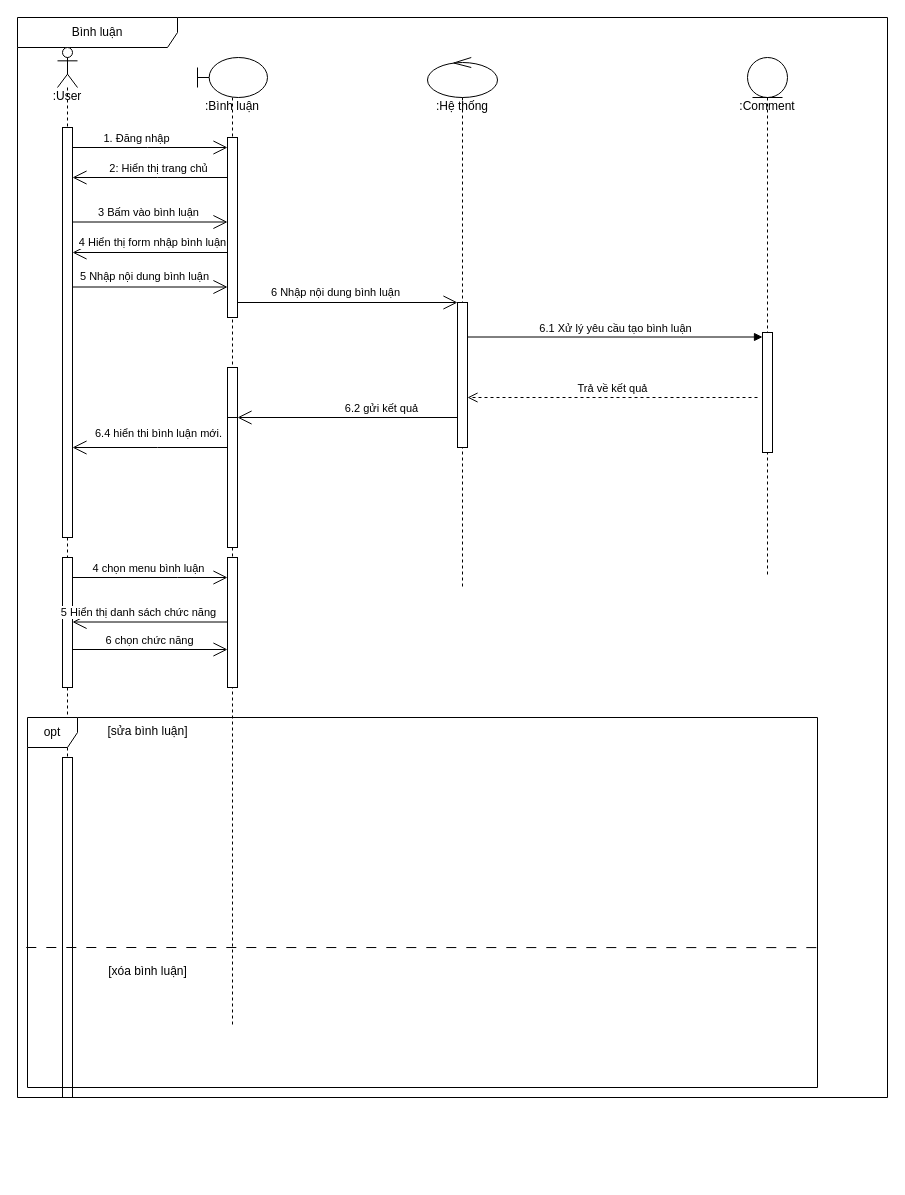
The draw.io diagram page "Page-5" (5 of 10) of BlogProject/BlogProject/DangKySequence.drawio in TranThanhHoang123/Blog, before the edit. Source tidied: cells renumbered, new cells numbered last; positions are measured from the earlier drawing's top-left corner, leaving out a move shared by most shapes. Both pictures are drawn from the tidied source at 100%, with x=0, y=0 at pixel (17, 17).
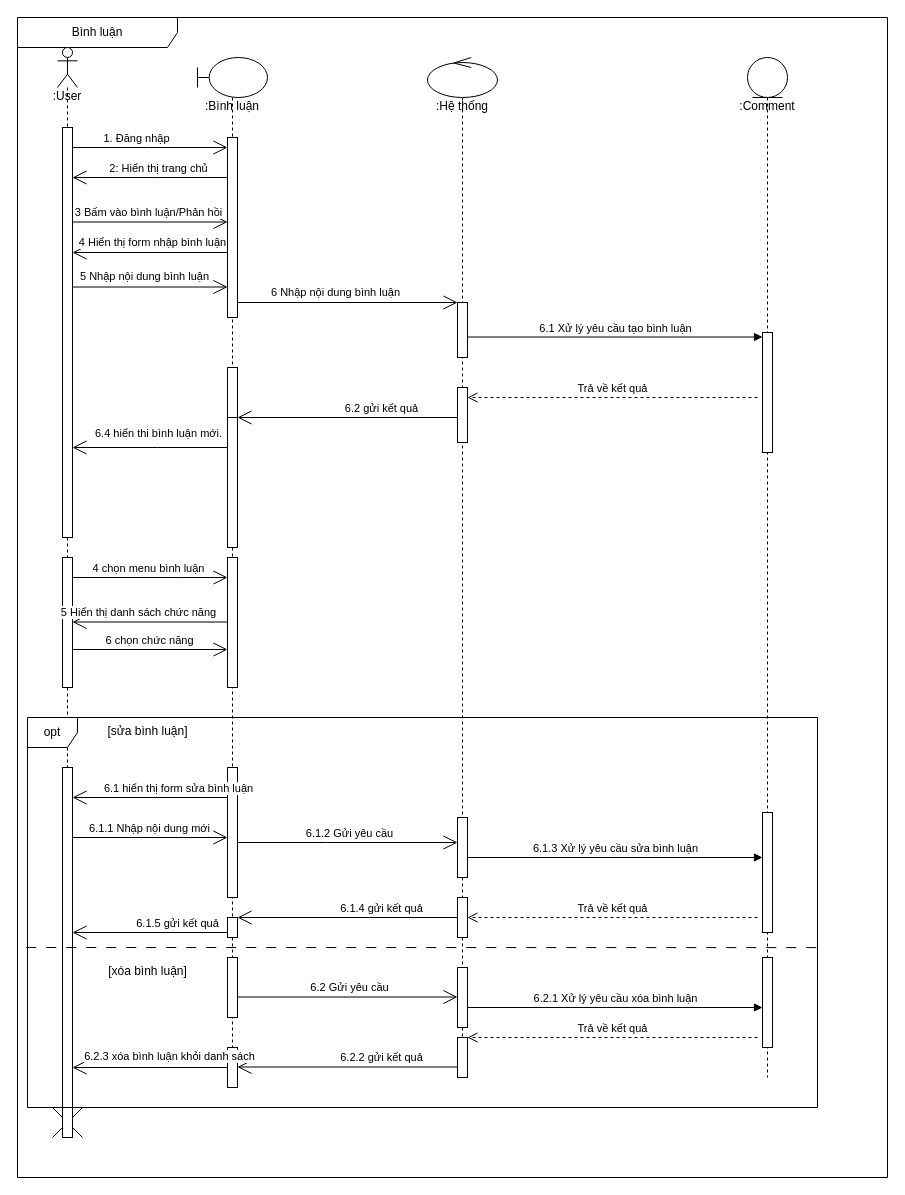
The same page after the edit.

Unchanged cells that the change refers to:
```xml
<mxCell id="20" style="endArrow=open;endFill=1;endSize=12;html=1;rounded=0;" parent="2" edge="1">
  <mxGeometry relative="1" as="geometry">
    <mxPoint x="55" y="204.5" as="sourcePoint" />
    <mxPoint x="210" y="204.5" as="targetPoint" />
  </mxGeometry>
</mxCell>
```

Change to the diagram source:
```diff
@@
     <mxCell id="2" value="Bình luận" style="shape=umlFrame;whiteSpace=wrap;html=1;width=160;" parent="1" vertex="1">
-      <mxGeometry width="870" height="1080" as="geometry" />
+      <mxGeometry width="870" height="1160" as="geometry" />
     </mxCell>
+    <mxCell id="44" style="shape=umlDestroy;html=1;" parent="2" vertex="1">
+      <mxGeometry x="35" y="1090" width="30" height="30" as="geometry" />
+    </mxCell>
     <mxCell id="3" value="&lt;div&gt;&lt;br&gt;&lt;/div&gt;&lt;div&gt;&lt;br&gt;&lt;/div&gt;&lt;div&gt;&lt;br&gt;&lt;/div&gt;&lt;div&gt;&lt;br&gt;&lt;/div&gt;&lt;div&gt;&lt;span style=&quot;background-color: initial;&quot;&gt;:User&lt;/span&gt;&lt;br&gt;&lt;/div&gt;" style="shape=umlLifeline;perimeter=lifelinePerimeter;whiteSpace=wrap;html=1;newEdgeStyle={&quot;curved&quot;:0,&quot;rounded&quot;:0};participant=umlActor;size=40;" parent="2" vertex="1">
-      <mxGeometry x="40" y="30" width="20" height="1050" as="geometry" />
+      <mxGeometry x="40" y="30" width="20" height="1090" as="geometry" />
     </mxCell>
@@
     <mxCell id="6" style="html=1;points=[[0,0,0,0,5],[0,1,0,0,-5],[1,0,0,0,5],[1,1,0,0,-5]];perimeter=orthogonalPerimeter;outlineConnect=0;targetShapes=umlLifeline;portConstraint=eastwest;newEdgeStyle={&quot;curved&quot;:0,&quot;rounded&quot;:0};" parent="3" vertex="1">
-      <mxGeometry x="5" y="710" width="10" height="340" as="geometry" />
+      <mxGeometry x="5" y="720" width="10" height="370" as="geometry" />
     </mxCell>
     <mxCell id="7" value="&lt;div&gt;&lt;br&gt;&lt;/div&gt;&lt;div&gt;&lt;br&gt;&lt;/div&gt;&lt;div&gt;&lt;br&gt;&lt;/div&gt;&lt;div&gt;&lt;br&gt;&lt;/div&gt;&lt;div&gt;:Bình luận&lt;/div&gt;" style="shape=umlLifeline;perimeter=lifelinePerimeter;whiteSpace=wrap;html=1;newEdgeStyle={&quot;curved&quot;:0,&quot;rounded&quot;:0};participant=umlBoundary;" parent="2" vertex="1">
-      <mxGeometry x="180" y="40" width="70" height="970" as="geometry" />
+      <mxGeometry x="180" y="40" width="70" height="1030" as="geometry" />
     </mxCell>
@@
     <mxCell id="11" value="&lt;div&gt;&lt;br&gt;&lt;/div&gt;&lt;div&gt;&lt;br&gt;&lt;/div&gt;&lt;div&gt;&lt;br&gt;&lt;/div&gt;&lt;div&gt;&lt;br&gt;&lt;/div&gt;&lt;div&gt;:Hệ thống&lt;/div&gt;" style="shape=umlLifeline;perimeter=lifelinePerimeter;whiteSpace=wrap;html=1;newEdgeStyle={&quot;curved&quot;:0,&quot;rounded&quot;:0};participant=umlControl;" parent="2" vertex="1">
-      <mxGeometry x="410" y="40" width="70" height="530" as="geometry" />
+      <mxGeometry x="410" y="40" width="70" height="1020" as="geometry" />
     </mxCell>
     <mxCell id="12" style="html=1;points=[[0,0,0,0,5],[0,1,0,0,-5],[1,0,0,0,5],[1,1,0,0,-5]];perimeter=orthogonalPerimeter;outlineConnect=0;targetShapes=umlLifeline;portConstraint=eastwest;newEdgeStyle={&quot;curved&quot;:0,&quot;rounded&quot;:0};" parent="11" vertex="1">
-      <mxGeometry x="30" y="245" width="10" height="145" as="geometry" />
+      <mxGeometry x="30" y="245" width="10" height="55" as="geometry" />
     </mxCell>
+    <mxCell id="45" style="html=1;points=[[0,0,0,0,5],[0,1,0,0,-5],[1,0,0,0,5],[1,1,0,0,-5]];perimeter=orthogonalPerimeter;outlineConnect=0;targetShapes=umlLifeline;portConstraint=eastwest;newEdgeStyle={&quot;curved&quot;:0,&quot;rounded&quot;:0};" parent="11" vertex="1">
+      <mxGeometry x="30" y="760" width="10" height="60" as="geometry" />
+    </mxCell>
+    <mxCell id="46" style="html=1;points=[[0,0,0,0,5],[0,1,0,0,-5],[1,0,0,0,5],[1,1,0,0,-5]];perimeter=orthogonalPerimeter;outlineConnect=0;targetShapes=umlLifeline;portConstraint=eastwest;newEdgeStyle={&quot;curved&quot;:0,&quot;rounded&quot;:0};" parent="11" vertex="1">
+      <mxGeometry x="30" y="330" width="10" height="55" as="geometry" />
+    </mxCell>
     <mxCell id="13" value="&lt;div&gt;&lt;br&gt;&lt;/div&gt;&lt;div&gt;&lt;br&gt;&lt;/div&gt;&lt;div&gt;&lt;br&gt;&lt;/div&gt;&lt;div&gt;&lt;br&gt;&lt;/div&gt;&lt;div&gt;:Comment&lt;/div&gt;" style="shape=umlLifeline;perimeter=lifelinePerimeter;whiteSpace=wrap;html=1;newEdgeStyle={&quot;curved&quot;:0,&quot;rounded&quot;:0};participant=umlEntity;" parent="2" vertex="1">
-      <mxGeometry x="730" y="40" width="40" height="520" as="geometry" />
+      <mxGeometry x="730" y="40" width="40" height="1020" as="geometry" />
     </mxCell>
@@
+    <mxCell id="47" style="html=1;perimeter=orthogonalPerimeter;targetShapes=umlLifeline;newEdgeStyle={&quot;curved&quot;:0,&quot;rounded&quot;:0};" parent="13" vertex="1">
+      <mxGeometry x="15" y="755" width="10" height="120" as="geometry" />
+    </mxCell>
+    <mxCell id="48" style="html=1;perimeter=orthogonalPerimeter;targetShapes=umlLifeline;newEdgeStyle={&quot;curved&quot;:0,&quot;rounded&quot;:0};" parent="13" vertex="1">
+      <mxGeometry x="15" y="900" width="10" height="90" as="geometry" />
+    </mxCell>
@@
-    <mxCell id="21" value="3 Bấm vào bình luận" style="edgeLabel;html=1;align=center;verticalAlign=middle;" parent="20" vertex="1">
+    <mxCell id="21" value="3 Bấm vào bình luận/Phản hồi" style="edgeLabel;html=1;align=center;verticalAlign=middle;" parent="20" vertex="1">
       <mxGeometry x="-0.19" relative="1" as="geometry">
         <mxPoint x="12" y="-10" as="offset" />
       </mxGeometry>
     </mxCell>
@@
-    <mxCell id="33" value="Trả về kết quả" style="endArrow=open;startArrow=none;endFill=0;startFill=0;endSize=8;html=1;verticalAlign=bottom;dashed=1;labelBackgroundColor=none;rounded=0;" parent="2" edge="1" target="12">
+    <mxCell id="33" value="Trả về kết quả" style="endArrow=open;startArrow=none;endFill=0;startFill=0;endSize=8;html=1;verticalAlign=bottom;dashed=1;labelBackgroundColor=none;rounded=0;" parent="2" edge="1" target="46">
       <mxGeometry relative="1" as="geometry">
         <mxPoint x="740" y="380" as="sourcePoint" />
       </mxGeometry>
     </mxCell>
     <mxCell id="34" value="opt" style="shape=umlFrame;whiteSpace=wrap;html=1;width=50;" parent="2" vertex="1">
-      <mxGeometry x="10" y="700" width="790" height="370" as="geometry" />
+      <mxGeometry x="10" y="700" width="790" height="390" as="geometry" />
     </mxCell>
@@
+    <mxCell id="49" style="html=1;points=[[0,0,0,0,5],[0,1,0,0,-5],[1,0,0,0,5],[1,1,0,0,-5]];perimeter=orthogonalPerimeter;outlineConnect=0;targetShapes=umlLifeline;portConstraint=eastwest;newEdgeStyle={&quot;curved&quot;:0,&quot;rounded&quot;:0};" parent="34" vertex="1">
+      <mxGeometry x="200" y="50" width="10" height="130" as="geometry" />
+    </mxCell>
+    <mxCell id="50" style="endArrow=open;endFill=1;endSize=12;html=1;rounded=0;" parent="34" edge="1">
+      <mxGeometry relative="1" as="geometry">
+        <mxPoint x="200" y="80" as="sourcePoint" />
+        <mxPoint x="45" y="80" as="targetPoint" />
+      </mxGeometry>
+    </mxCell>
+    <mxCell id="51" value="6.1 hiển thị form sửa bình luận" style="edgeLabel;html=1;align=center;verticalAlign=middle;" parent="50" vertex="1">
+      <mxGeometry x="-0.19" relative="1" as="geometry">
+        <mxPoint x="13" y="-10" as="offset" />
+      </mxGeometry>
+    </mxCell>
+    <mxCell id="52" style="endArrow=open;endFill=1;endSize=12;html=1;rounded=0;" parent="34" edge="1">
+      <mxGeometry relative="1" as="geometry">
+        <mxPoint x="45" y="120" as="sourcePoint" />
+        <mxPoint x="200" y="120" as="targetPoint" />
+      </mxGeometry>
+    </mxCell>
+    <mxCell id="53" value="6.1.1 Nhập nội dung mới" style="edgeLabel;html=1;align=center;verticalAlign=middle;" parent="52" vertex="1">
+      <mxGeometry x="-0.19" relative="1" as="geometry">
+        <mxPoint x="13" y="-10" as="offset" />
+      </mxGeometry>
+    </mxCell>
+    <mxCell id="54" value="6.1.3 Xử lý yêu cầu sửa bình luận" style="html=1;verticalAlign=bottom;endArrow=block;curved=0;rounded=0;" parent="34" edge="1">
+      <mxGeometry relative="1" as="geometry">
+        <mxPoint x="440" y="140" as="sourcePoint" />
+        <mxPoint x="735" y="140" as="targetPoint" />
+      </mxGeometry>
+    </mxCell>
+    <mxCell id="55" value="Trả về kết quả" style="endArrow=open;startArrow=none;endFill=0;startFill=0;endSize=8;html=1;verticalAlign=bottom;dashed=1;labelBackgroundColor=none;rounded=0;" parent="34" edge="1">
+      <mxGeometry relative="1" as="geometry">
+        <mxPoint x="730" y="200" as="sourcePoint" />
+        <mxPoint x="440" y="200" as="targetPoint" />
+      </mxGeometry>
+    </mxCell>
+    <mxCell id="56" style="html=1;perimeter=orthogonalPerimeter;targetShapes=umlLifeline;newEdgeStyle={&quot;curved&quot;:0,&quot;rounded&quot;:0};" parent="34" vertex="1">
+      <mxGeometry x="430" y="180" width="10" height="40" as="geometry" />
+    </mxCell>
+    <mxCell id="57" style="endArrow=open;endFill=1;endSize=12;html=1;rounded=0;" parent="34" edge="1">
+      <mxGeometry relative="1" as="geometry">
+        <mxPoint x="430" y="200" as="sourcePoint" />
+        <mxPoint x="210" y="200" as="targetPoint" />
+      </mxGeometry>
+    </mxCell>
+    <mxCell id="58" value="6.1.4 gửi kết quả" style="edgeLabel;html=1;align=center;verticalAlign=middle;" parent="57" vertex="1">
+      <mxGeometry x="-0.19" relative="1" as="geometry">
+        <mxPoint x="12" y="-10" as="offset" />
+      </mxGeometry>
+    </mxCell>
+    <mxCell id="59" style="html=1;points=[[0,0,0,0,5],[0,1,0,0,-5],[1,0,0,0,5],[1,1,0,0,-5]];perimeter=orthogonalPerimeter;outlineConnect=0;targetShapes=umlLifeline;portConstraint=eastwest;newEdgeStyle={&quot;curved&quot;:0,&quot;rounded&quot;:0};" parent="34" vertex="1">
+      <mxGeometry x="200" y="200" width="10" height="20" as="geometry" />
+    </mxCell>
+    <mxCell id="60" style="html=1;perimeter=orthogonalPerimeter;targetShapes=umlLifeline;newEdgeStyle={&quot;curved&quot;:0,&quot;rounded&quot;:0};" parent="34" vertex="1">
+      <mxGeometry x="200" y="240" width="10" height="60" as="geometry" />
+    </mxCell>
+    <mxCell id="61" style="html=1;perimeter=orthogonalPerimeter;targetShapes=umlLifeline;newEdgeStyle={&quot;curved&quot;:0,&quot;rounded&quot;:0};" parent="34" vertex="1">
+      <mxGeometry x="430" y="250" width="10" height="60" as="geometry" />
+    </mxCell>
+    <mxCell id="62" style="endArrow=open;endFill=1;endSize=12;html=1;rounded=0;" parent="34" edge="1">
+      <mxGeometry relative="1" as="geometry">
+        <mxPoint x="210" y="279.5" as="sourcePoint" />
+        <mxPoint x="430" y="279.5" as="targetPoint" />
+        <Array as="points">
+          <mxPoint x="300" y="279.5" />
+        </Array>
+      </mxGeometry>
+    </mxCell>
+    <mxCell id="63" value="6.2 Gửi yêu cầu" style="edgeLabel;html=1;align=center;verticalAlign=middle;" parent="62" vertex="1">
+      <mxGeometry x="-0.19" relative="1" as="geometry">
+        <mxPoint x="22" y="-10" as="offset" />
+      </mxGeometry>
+    </mxCell>
+    <mxCell id="64" value="6.2.1 Xử lý yêu cầu xóa bình luận" style="html=1;verticalAlign=bottom;endArrow=block;curved=0;rounded=0;" parent="34" edge="1">
+      <mxGeometry relative="1" as="geometry">
+        <mxPoint x="440" y="290" as="sourcePoint" />
+        <mxPoint x="735" y="290" as="targetPoint" />
+      </mxGeometry>
+    </mxCell>
+    <mxCell id="65" value="Trả về kết quả" style="endArrow=open;startArrow=none;endFill=0;startFill=0;endSize=8;html=1;verticalAlign=bottom;dashed=1;labelBackgroundColor=none;rounded=0;" parent="34" edge="1">
+      <mxGeometry relative="1" as="geometry">
+        <mxPoint x="730" y="320" as="sourcePoint" />
+        <mxPoint x="440" y="320" as="targetPoint" />
+      </mxGeometry>
+    </mxCell>
+    <mxCell id="66" style="html=1;perimeter=orthogonalPerimeter;targetShapes=umlLifeline;newEdgeStyle={&quot;curved&quot;:0,&quot;rounded&quot;:0};" parent="34" vertex="1">
+      <mxGeometry x="430" y="320" width="10" height="40" as="geometry" />
+    </mxCell>
+    <mxCell id="67" style="html=1;points=[[0,0,0,0,5],[0,1,0,0,-5],[1,0,0,0,5],[1,1,0,0,-5]];perimeter=orthogonalPerimeter;outlineConnect=0;targetShapes=umlLifeline;portConstraint=eastwest;newEdgeStyle={&quot;curved&quot;:0,&quot;rounded&quot;:0};" parent="34" vertex="1">
+      <mxGeometry x="200" y="330" width="10" height="40" as="geometry" />
+    </mxCell>
+    <mxCell id="68" style="endArrow=open;endFill=1;endSize=12;html=1;rounded=0;" parent="34" edge="1">
+      <mxGeometry relative="1" as="geometry">
+        <mxPoint x="430" y="349.5" as="sourcePoint" />
+        <mxPoint x="210" y="349.5" as="targetPoint" />
+      </mxGeometry>
+    </mxCell>
+    <mxCell id="69" value="6.2.2 gửi kết quả" style="edgeLabel;html=1;align=center;verticalAlign=middle;" parent="68" vertex="1">
+      <mxGeometry x="-0.19" relative="1" as="geometry">
+        <mxPoint x="12" y="-10" as="offset" />
+      </mxGeometry>
+    </mxCell>
@@
+    <mxCell id="70" style="endArrow=open;endFill=1;endSize=12;html=1;rounded=0;" parent="2" edge="1" source="49" target="45">
+      <mxGeometry relative="1" as="geometry">
+        <Array as="points">
+          <mxPoint x="310" y="825" />
+        </Array>
+      </mxGeometry>
+    </mxCell>
+    <mxCell id="71" value="6.1.2 Gửi yêu cầu" style="edgeLabel;html=1;align=center;verticalAlign=middle;" parent="70" vertex="1">
+      <mxGeometry x="-0.19" relative="1" as="geometry">
+        <mxPoint x="22" y="-10" as="offset" />
+      </mxGeometry>
+    </mxCell>
+    <mxCell id="72" style="endArrow=open;endFill=1;endSize=12;html=1;rounded=0;exitX=0;exitY=1;exitDx=0;exitDy=-5;exitPerimeter=0;" parent="2" edge="1" source="59" target="6">
+      <mxGeometry relative="1" as="geometry" />
+    </mxCell>
+    <mxCell id="73" value="6.1.5 gửi kết quả" style="edgeLabel;html=1;align=center;verticalAlign=middle;" parent="72" vertex="1">
+      <mxGeometry x="-0.19" relative="1" as="geometry">
+        <mxPoint x="12" y="-10" as="offset" />
+      </mxGeometry>
+    </mxCell>
+    <mxCell id="74" style="endArrow=open;endFill=1;endSize=12;html=1;rounded=0;" parent="2" edge="1" source="67" target="6">
+      <mxGeometry relative="1" as="geometry" />
+    </mxCell>
+    <mxCell id="75" value="6.2.3 xóa bình luận khỏi danh sách" style="edgeLabel;html=1;align=center;verticalAlign=middle;" parent="74" vertex="1">
+      <mxGeometry x="-0.19" relative="1" as="geometry">
+        <mxPoint x="4" y="-12" as="offset" />
+      </mxGeometry>
+    </mxCell>
```
